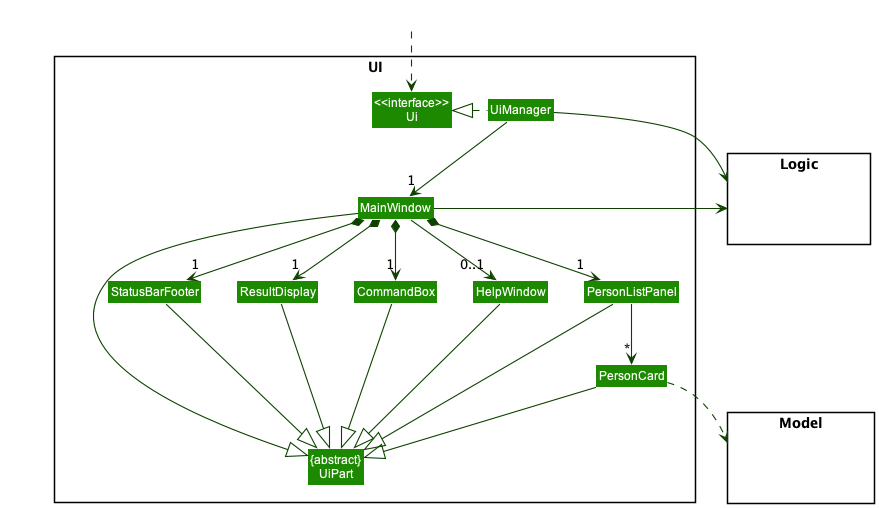
The PlantUML diagram docs/images/UiClassDiagram.png in nus-cs2103-AY2223S2/tp, before a commit.
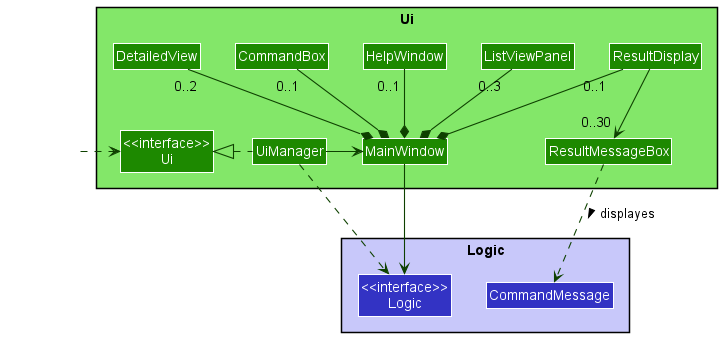
Later version of the same file.

Commit message:
Update UI class diagram

Change to the diagram source:
```diff
@@ -1,60 +1,56 @@
-@startuml
+@startuml UiClassDiagram
 !include style.puml
+
+skinparam RoundCorner 0
+
 skinparam arrowThickness 1.1
 skinparam arrowColor UI_COLOR_T4
-skinparam classBackgroundColor UI_COLOR
 
-package UI <<Rectangle>>{
-Class "<<interface>>\nUi" as Ui
-Class "{abstract}\nUiPart" as UiPart
-Class UiManager
-Class MainWindow
-Class HelpWindow
-Class ResultDisplay
-Class PersonListPanel
-Class PersonCard
-Class StatusBarFooter
-Class CommandBox
+hide <<hidden>> stereotype
+
+<style>
+    .hidden {
+        BackGroundColor transparent
+        BorderColor transparent
+        FontColor transparent
+        LineColor transparent
+        StereotypeFontColor transparent
+    }
+</style>
+
+Class HiddenOut <<hidden>>
+
+package Ui UI_COLOR_T1 {
+    Class "<<interface>>\nUi" as Ui UI_COLOR
+    Class UiManager UI_COLOR
+    Class MainWindow UI_COLOR
+    Class ListViewPanel UI_COLOR
+    Class DetailedView UI_COLOR
+    Class HelpWindow UI_COLOR
+    Class CommandBox UI_COLOR
+    Class ResultDisplay UI_COLOR
+    Class ResultMessageBox UI_COLOR
 }
 
-package Model <<Rectangle>> {
-Class HiddenModel #FFFFFF
+package Logic LOGIC_COLOR_T1 {
+    Class "<<interface>>\nLogic" as Logic LOGIC_COLOR
+    Class CommandMessage LOGIC_COLOR
 }
 
-package Logic <<Rectangle>> {
-Class HiddenLogic #FFFFFF
-}
-
-Class HiddenOutside #FFFFFF
-HiddenOutside ..> Ui
+HiddenOut .right.> Ui
 
 UiManager .left.|> Ui
-UiManager -down-> "1" MainWindow
-MainWindow *-down->  "1" CommandBox
-MainWindow *-down-> "1" ResultDisplay
-MainWindow *-down-> "1" PersonListPanel
-MainWindow *-down-> "1" StatusBarFooter
-MainWindow --> "0..1" HelpWindow
+UiManager -right-> MainWindow
+UiManager ..> Logic
 
-PersonListPanel -down-> "*" PersonCard
+MainWindow *-up- "0..3" ListViewPanel
+MainWindow *-up- "0..2" DetailedView
+MainWindow *-up- "0..1" CommandBox
+MainWindow *-up- "0..1" HelpWindow
+MainWindow *-up- "0..1" ResultDisplay
+MainWindow -down-> Logic
 
-MainWindow -left-|> UiPart
+ResultDisplay -down-> "0..30" ResultMessageBox
+ResultMessageBox .down.> CommandMessage : displayes >
 
-ResultDisplay --|> UiPart
-CommandBox --|> UiPart
-PersonListPanel --|> UiPart
-PersonCard --|> UiPart
-StatusBarFooter --|> UiPart
-HelpWindow --|> UiPart
-
-PersonCard ..> Model
-UiManager -right-> Logic
-MainWindow -left-> Logic
-
-PersonListPanel -[hidden]left- HelpWindow
-HelpWindow -[hidden]left- CommandBox
-CommandBox -[hidden]left- ResultDisplay
-ResultDisplay -[hidden]left- StatusBarFooter
-
-MainWindow -[hidden]-|> UiPart
 @enduml
```
